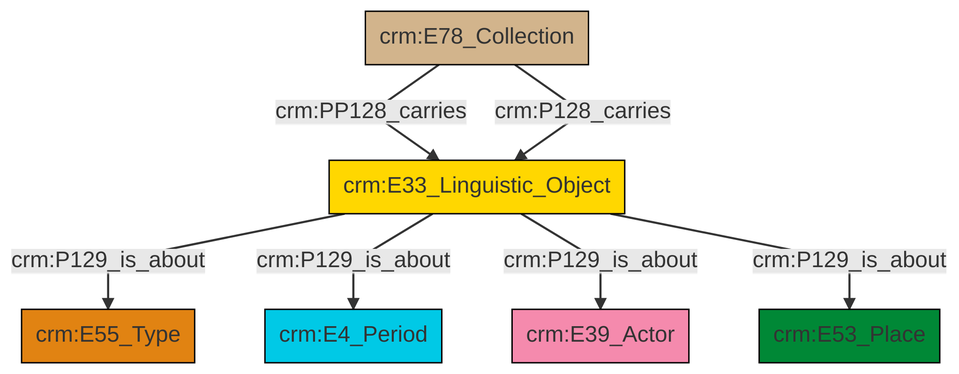
Before: et/archivalCSV/ttl/mmd/png/archival_aboutness.png, a diagram exported from Mermaid (swiss-art-research-net/docs.swissartresearch). Its source is kept beside it as et/archivalCSV/ttl/mmd/archival_aboutness.ttl.mmd.
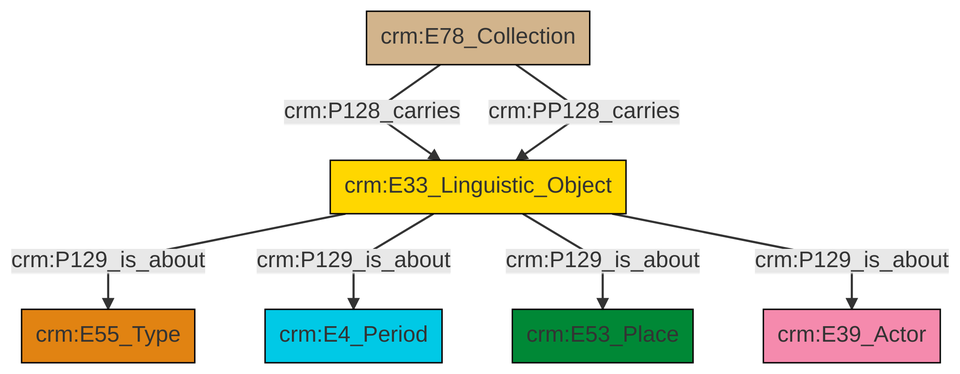
After the change.

Diff of the diagram source:
```diff
@@ -13,9 +13,9 @@
 classDef PC_Classes fill:#4ce600, stroke:#000000;
 classDef Multi fill:#cccccc,stroke:#000000;
 
-6["crm:E33_Linguistic_Object"]:::Conceptual_Object -->|crm:P129_is_about| 4["crm:E55_Type"]:::Type
-6["crm:E33_Linguistic_Object"]:::Conceptual_Object -->|crm:P129_is_about| 2["crm:E4_Period"]:::Temporal_Entity
-0["crm:E78_Collection"]:::Physical_Thing -->|crm:PP128_carries| 6["crm:E33_Linguistic_Object"]:::Conceptual_Object
-6["crm:E33_Linguistic_Object"]:::Conceptual_Object -->|crm:P129_is_about| 10["crm:E39_Actor"]:::Actor
-0["crm:E78_Collection"]:::Physical_Thing -->|crm:P128_carries| 6["crm:E33_Linguistic_Object"]:::Conceptual_Object
-6["crm:E33_Linguistic_Object"]:::Conceptual_Object -->|crm:P129_is_about| 7["crm:E53_Place"]:::Place
+0["crm:E33_Linguistic_Object"]:::Conceptual_Object -->|crm:P129_is_about| 1["crm:E55_Type"]:::Type
+0["crm:E33_Linguistic_Object"]:::Conceptual_Object -->|crm:P129_is_about| 2["crm:E4_Period"]:::Temporal_Entity
+3["crm:E78_Collection"]:::Physical_Thing -->|crm:P128_carries| 0["crm:E33_Linguistic_Object"]:::Conceptual_Object
+0["crm:E33_Linguistic_Object"]:::Conceptual_Object -->|crm:P129_is_about| 4["crm:E53_Place"]:::Place
+0["crm:E33_Linguistic_Object"]:::Conceptual_Object -->|crm:P129_is_about| 8["crm:E39_Actor"]:::Actor
+3["crm:E78_Collection"]:::Physical_Thing -->|crm:PP128_carries| 0["crm:E33_Linguistic_Object"]:::Conceptual_Object
```
